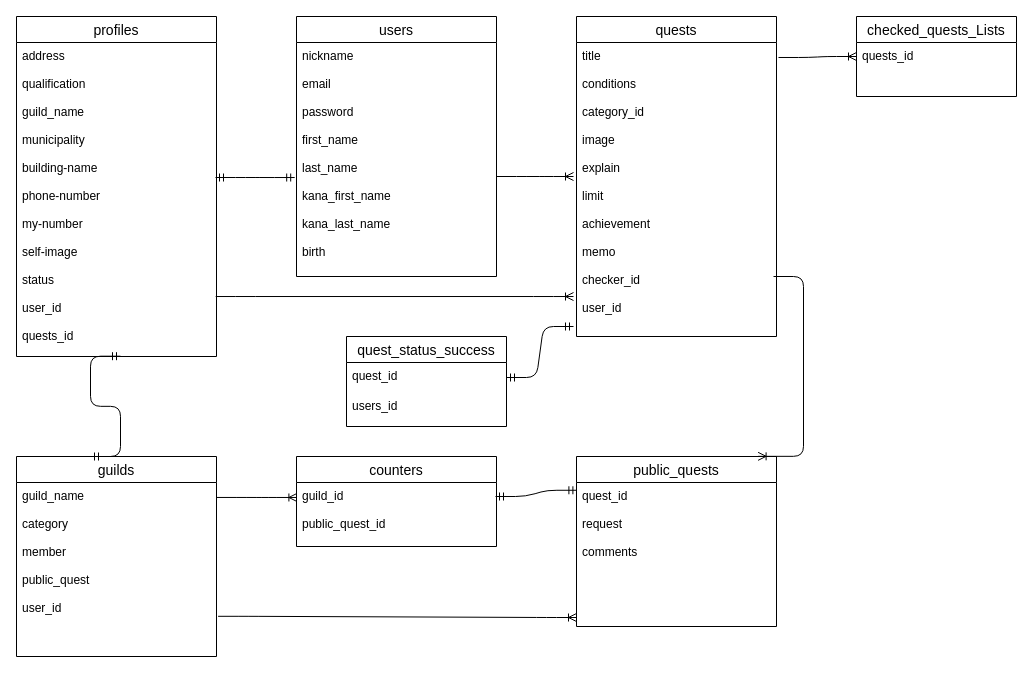
Above: ER.dio in Satota2048/quest_app (draw.io), before the change. Source tidied: cells renumbered, new cells numbered last; positions are measured from the earlier drawing's top-left corner, leaving out a move shared by most shapes. Both pictures are drawn from the tidied source at 100%, with x=0, y=0 at pixel (16, 16).
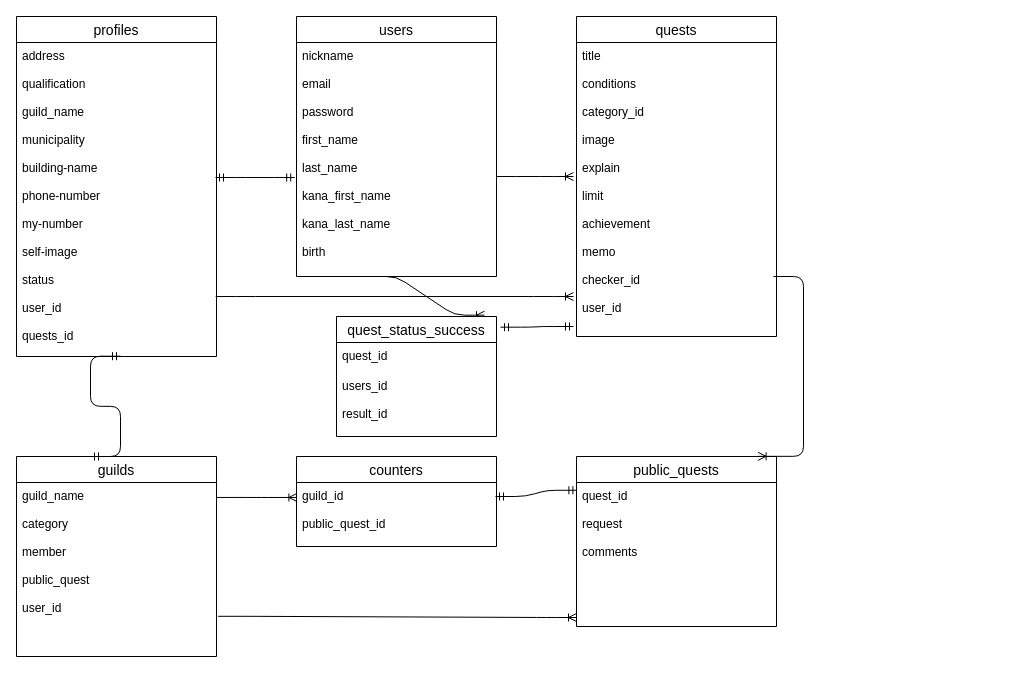
The same diagram, later.

Unchanged cells that the change refers to:
```xml
<mxCell id="2" value="users" style="swimlane;fontStyle=0;horizontal=1;startSize=26;align=center;fontSize=14;" parent="1" vertex="1">
  <mxGeometry x="280" width="200" height="260" as="geometry" />
</mxCell>
<mxCell id="5" value="title&#10;&#10;conditions&#10;&#10;category_id&#10;&#10;image&#10;&#10;explain&#10;&#10;limit&#10;&#10;achievement&#10;&#10;memo&#10;&#10;checker_id&#10;&#10;user_id" style="text;strokeColor=none;fillColor=none;spacingLeft=4;spacingRight=4;overflow=hidden;points=[[0,0.5],[1,0.5]];portConstraint=eastwest;fontSize=12;" parent="4" vertex="1">
  <mxGeometry y="26" width="200" height="294" as="geometry" />
</mxCell>
<mxCell id="23" value="quest_id" style="text;strokeColor=none;fillColor=none;spacingLeft=4;spacingRight=4;overflow=hidden;points=[[0,0.5],[1,0.5]];portConstraint=eastwest;fontSize=12;" parent="22" vertex="1">
  <mxGeometry y="26" width="160" height="30" as="geometry" />
</mxCell>
```

The edit, as a diff of the source:
```diff
@@
+    <mxCell id="29" style="edgeStyle=entityRelationEdgeStyle;fontSize=12;html=1;endArrow=ERoneToMany;entryX=0.925;entryY=-0.011;entryDx=0;entryDy=0;entryPerimeter=0;" parent="2" edge="1" target="22">
+      <mxGeometry relative="1" as="geometry">
+        <mxPoint x="70" y="260" as="sourcePoint" />
+      </mxGeometry>
+    </mxCell>
@@
     <mxCell id="22" value="quest_status_success" style="swimlane;fontStyle=0;horizontal=1;startSize=26;align=center;fontSize=14;" parent="1" vertex="1">
-      <mxGeometry x="330" y="320" width="160" height="90" as="geometry" />
+      <mxGeometry x="320" y="300" width="160" height="120" as="geometry" />
     </mxCell>
@@
-    <mxCell id="24" value="users_id" style="text;strokeColor=none;fillColor=none;spacingLeft=4;spacingRight=4;overflow=hidden;fontSize=12;" parent="22" vertex="1">
-      <mxGeometry y="56" width="160" height="34" as="geometry" />
+    <mxCell id="24" value="users_id&#10;&#10;result_id" style="text;strokeColor=none;fillColor=none;spacingLeft=4;spacingRight=4;overflow=hidden;fontSize=12;" parent="22" vertex="1">
+      <mxGeometry y="56" width="160" height="64" as="geometry" />
     </mxCell>
-    <mxCell id="25" style="edgeStyle=entityRelationEdgeStyle;fontSize=12;html=1;endArrow=ERmandOne;startArrow=ERmandOne;entryX=-0.015;entryY=0.966;entryDx=0;entryDy=0;entryPerimeter=0;exitX=1;exitY=0.5;exitDx=0;exitDy=0;" parent="1" edge="1" source="23" target="5">
+    <mxCell id="25" style="edgeStyle=entityRelationEdgeStyle;fontSize=12;html=1;endArrow=ERmandOne;startArrow=ERmandOne;entryX=-0.015;entryY=0.966;entryDx=0;entryDy=0;entryPerimeter=0;exitX=1.025;exitY=0.089;exitDx=0;exitDy=0;exitPerimeter=0;" parent="1" edge="1" source="22" target="5">
       <mxGeometry relative="1" as="geometry" />
     </mxCell>
-    <mxCell id="26" value="checked_quests_Lists" style="swimlane;fontStyle=0;horizontal=1;startSize=26;align=center;fontSize=14;" parent="1" vertex="1">
-      <mxGeometry x="840" width="160" height="80" as="geometry" />
-    </mxCell>
-    <mxCell id="27" value="quests_id" style="text;strokeColor=none;fillColor=none;spacingLeft=4;spacingRight=4;overflow=hidden;fontSize=12;" parent="26" vertex="1">
-      <mxGeometry y="26" width="160" height="54" as="geometry" />
-    </mxCell>
-    <mxCell id="28" style="edgeStyle=entityRelationEdgeStyle;fontSize=12;html=1;endArrow=ERoneToMany;exitX=1.01;exitY=0.051;exitDx=0;exitDy=0;exitPerimeter=0;" parent="1" edge="1" source="5">
-      <mxGeometry relative="1" as="geometry">
-        <mxPoint x="840" y="40" as="targetPoint" />
-      </mxGeometry>
-    </mxCell>
```
